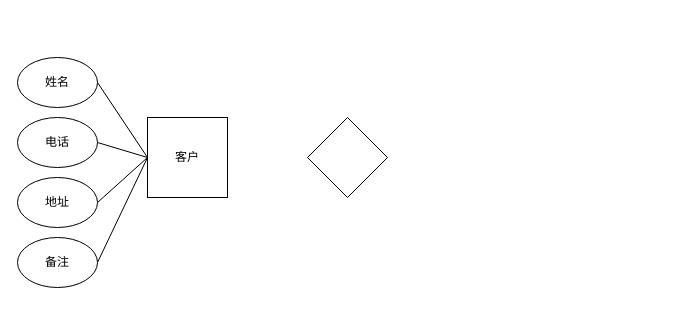
Above: Untitled Diagram.drawio in MrliuXing520/diagrams (draw.io), before the change. Source tidied: cells renumbered, new cells numbered last; positions are measured from the earlier drawing's top-left corner, leaving out a move shared by most shapes. Both pictures are drawn from the tidied source at 100%, with x=0, y=0 at pixel (17, 57).
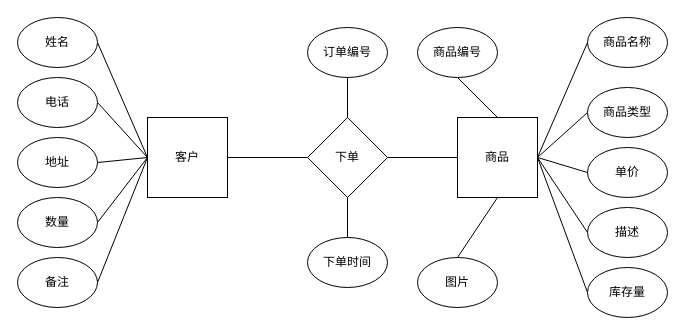
The same page after the edit.

The change refers to these unchanged cells:
```xml
<mxCell id="2" value="客户" style="whiteSpace=wrap;html=1;" parent="1" vertex="1">
  <mxGeometry x="130" y="60" width="80" height="80" as="geometry" />
</mxCell>
```

Diff of the diagram source:
```diff
@@
+    <mxCell id="12" style="edgeStyle=orthogonalEdgeStyle;rounded=0;jettySize=auto;html=1;entryX=0;entryY=0.5;entryDx=0;entryDy=0;endArrow=none;endFill=0;" parent="1" edge="1" source="2" target="11">
+      <mxGeometry relative="1" as="geometry" />
+    </mxCell>
@@
     <mxCell id="4" value="姓名" style="ellipse;whiteSpace=wrap;html=1;" parent="1" vertex="1">
-      <mxGeometry width="80" height="50" as="geometry" />
+      <mxGeometry y="-40" width="80" height="50" as="geometry" />
     </mxCell>
@@
     <mxCell id="6" value="电话" style="ellipse;whiteSpace=wrap;html=1;" parent="1" vertex="1">
-      <mxGeometry y="60" width="80" height="50" as="geometry" />
+      <mxGeometry y="20" width="80" height="50" as="geometry" />
     </mxCell>
@@
     <mxCell id="8" value="地址" style="ellipse;whiteSpace=wrap;html=1;" parent="1" vertex="1">
-      <mxGeometry y="120" width="80" height="50" as="geometry" />
+      <mxGeometry y="80" width="80" height="50" as="geometry" />
     </mxCell>
@@
     <mxCell id="10" value="备注" style="ellipse;whiteSpace=wrap;html=1;" parent="1" vertex="1">
-      <mxGeometry y="180" width="80" height="50" as="geometry" />
+      <mxGeometry y="200" width="80" height="50" as="geometry" />
     </mxCell>
+    <mxCell id="13" style="edgeStyle=none;rounded=0;jettySize=auto;html=1;exitX=1;exitY=0.5;exitDx=0;exitDy=0;entryX=0;entryY=0.5;entryDx=0;entryDy=0;endArrow=none;endFill=0;" parent="1" edge="1" source="11" target="20">
+      <mxGeometry relative="1" as="geometry" />
+    </mxCell>
-    <mxCell id="11" style="rhombus;whiteSpace=wrap;html=1;" parent="1" vertex="1">
+    <mxCell id="11" value="下单" style="rhombus;whiteSpace=wrap;html=1;" parent="1" vertex="1">
       <mxGeometry x="290" y="60" width="80" height="80" as="geometry" />
     </mxCell>
+    <mxCell id="14" style="edgeStyle=orthogonalEdgeStyle;rounded=0;jettySize=auto;html=1;exitX=0.5;exitY=1;exitDx=0;exitDy=0;entryX=0.5;entryY=0;entryDx=0;entryDy=0;endArrow=none;endFill=0;" parent="1" edge="1" source="15" target="11">
+      <mxGeometry relative="1" as="geometry" />
+    </mxCell>
+    <mxCell id="15" value="订单编号" style="ellipse;whiteSpace=wrap;html=1;" parent="1" vertex="1">
+      <mxGeometry x="290" y="-30" width="80" height="50" as="geometry" />
+    </mxCell>
+    <mxCell id="16" style="edgeStyle=orthogonalEdgeStyle;rounded=0;jettySize=auto;html=1;exitX=0.5;exitY=0;exitDx=0;exitDy=0;entryX=0.5;entryY=1;entryDx=0;entryDy=0;endArrow=none;endFill=0;" parent="1" edge="1" source="17" target="11">
+      <mxGeometry relative="1" as="geometry" />
+    </mxCell>
+    <mxCell id="17" value="下单时间" style="ellipse;whiteSpace=wrap;html=1;" parent="1" vertex="1">
+      <mxGeometry x="290" y="180" width="80" height="50" as="geometry" />
+    </mxCell>
+    <mxCell id="18" style="rounded=0;jettySize=auto;html=1;exitX=1;exitY=0.5;exitDx=0;exitDy=0;endArrow=none;endFill=0;" parent="1" edge="1" source="19">
+      <mxGeometry relative="1" as="geometry">
+        <mxPoint x="130" y="100" as="targetPoint" />
+      </mxGeometry>
+    </mxCell>
+    <mxCell id="19" value="数量" style="ellipse;whiteSpace=wrap;html=1;" parent="1" vertex="1">
+      <mxGeometry y="140" width="80" height="50" as="geometry" />
+    </mxCell>
+    <mxCell id="20" value="商品" style="whiteSpace=wrap;html=1;" parent="1" vertex="1">
+      <mxGeometry x="440" y="60" width="80" height="80" as="geometry" />
+    </mxCell>
+    <mxCell id="21" style="edgeStyle=none;rounded=0;jettySize=auto;html=1;exitX=0.5;exitY=1;exitDx=0;exitDy=0;entryX=0.5;entryY=0;entryDx=0;entryDy=0;endArrow=none;endFill=0;" parent="1" edge="1" source="22" target="20">
+      <mxGeometry relative="1" as="geometry" />
+    </mxCell>
+    <mxCell id="22" value="商品编号" style="ellipse;whiteSpace=wrap;html=1;" parent="1" vertex="1">
+      <mxGeometry x="400" y="-30" width="80" height="50" as="geometry" />
+    </mxCell>
+    <mxCell id="23" style="edgeStyle=none;rounded=0;jettySize=auto;html=1;exitX=0;exitY=0.5;exitDx=0;exitDy=0;entryX=1;entryY=0.5;entryDx=0;entryDy=0;endArrow=none;endFill=0;" parent="1" edge="1" source="24" target="20">
+      <mxGeometry relative="1" as="geometry" />
+    </mxCell>
+    <mxCell id="24" value="商品名称" style="ellipse;whiteSpace=wrap;html=1;" parent="1" vertex="1">
+      <mxGeometry x="570" y="-40" width="80" height="50" as="geometry" />
+    </mxCell>
+    <mxCell id="25" style="edgeStyle=none;rounded=0;jettySize=auto;html=1;exitX=0;exitY=0.5;exitDx=0;exitDy=0;endArrow=none;endFill=0;" parent="1" edge="1" source="26">
+      <mxGeometry relative="1" as="geometry">
+        <mxPoint x="520" y="100" as="targetPoint" />
+      </mxGeometry>
+    </mxCell>
+    <mxCell id="26" value="商品类型" style="ellipse;whiteSpace=wrap;html=1;" parent="1" vertex="1">
+      <mxGeometry x="570" y="30" width="80" height="50" as="geometry" />
+    </mxCell>
+    <mxCell id="27" style="edgeStyle=none;rounded=0;jettySize=auto;html=1;exitX=0;exitY=0.5;exitDx=0;exitDy=0;endArrow=none;endFill=0;" parent="1" edge="1" source="28">
+      <mxGeometry relative="1" as="geometry">
+        <mxPoint x="520" y="100" as="targetPoint" />
+      </mxGeometry>
+    </mxCell>
+    <mxCell id="28" value="单价" style="ellipse;whiteSpace=wrap;html=1;" parent="1" vertex="1">
+      <mxGeometry x="570" y="90" width="80" height="50" as="geometry" />
+    </mxCell>
+    <mxCell id="29" style="edgeStyle=none;rounded=0;jettySize=auto;html=1;exitX=0;exitY=0.5;exitDx=0;exitDy=0;entryX=1;entryY=0.5;entryDx=0;entryDy=0;endArrow=none;endFill=0;" parent="1" edge="1" source="30" target="20">
+      <mxGeometry relative="1" as="geometry" />
+    </mxCell>
+    <mxCell id="30" value="描述" style="ellipse;whiteSpace=wrap;html=1;" parent="1" vertex="1">
+      <mxGeometry x="570" y="150" width="80" height="50" as="geometry" />
+    </mxCell>
+    <mxCell id="31" style="edgeStyle=none;rounded=0;jettySize=auto;html=1;exitX=0;exitY=0.5;exitDx=0;exitDy=0;endArrow=none;endFill=0;" parent="1" edge="1" source="32">
+      <mxGeometry relative="1" as="geometry">
+        <mxPoint x="520" y="100" as="targetPoint" />
+      </mxGeometry>
+    </mxCell>
+    <mxCell id="32" value="库存量" style="ellipse;whiteSpace=wrap;html=1;" parent="1" vertex="1">
+      <mxGeometry x="570" y="210" width="80" height="50" as="geometry" />
+    </mxCell>
+    <mxCell id="33" style="edgeStyle=none;rounded=0;jettySize=auto;html=1;exitX=0.5;exitY=0;exitDx=0;exitDy=0;entryX=0.5;entryY=1;entryDx=0;entryDy=0;endArrow=none;endFill=0;" parent="1" edge="1" source="34" target="20">
+      <mxGeometry relative="1" as="geometry" />
+    </mxCell>
+    <mxCell id="34" value="图片" style="ellipse;whiteSpace=wrap;html=1;" parent="1" vertex="1">
+      <mxGeometry x="400" y="200" width="80" height="50" as="geometry" />
+    </mxCell>
```
